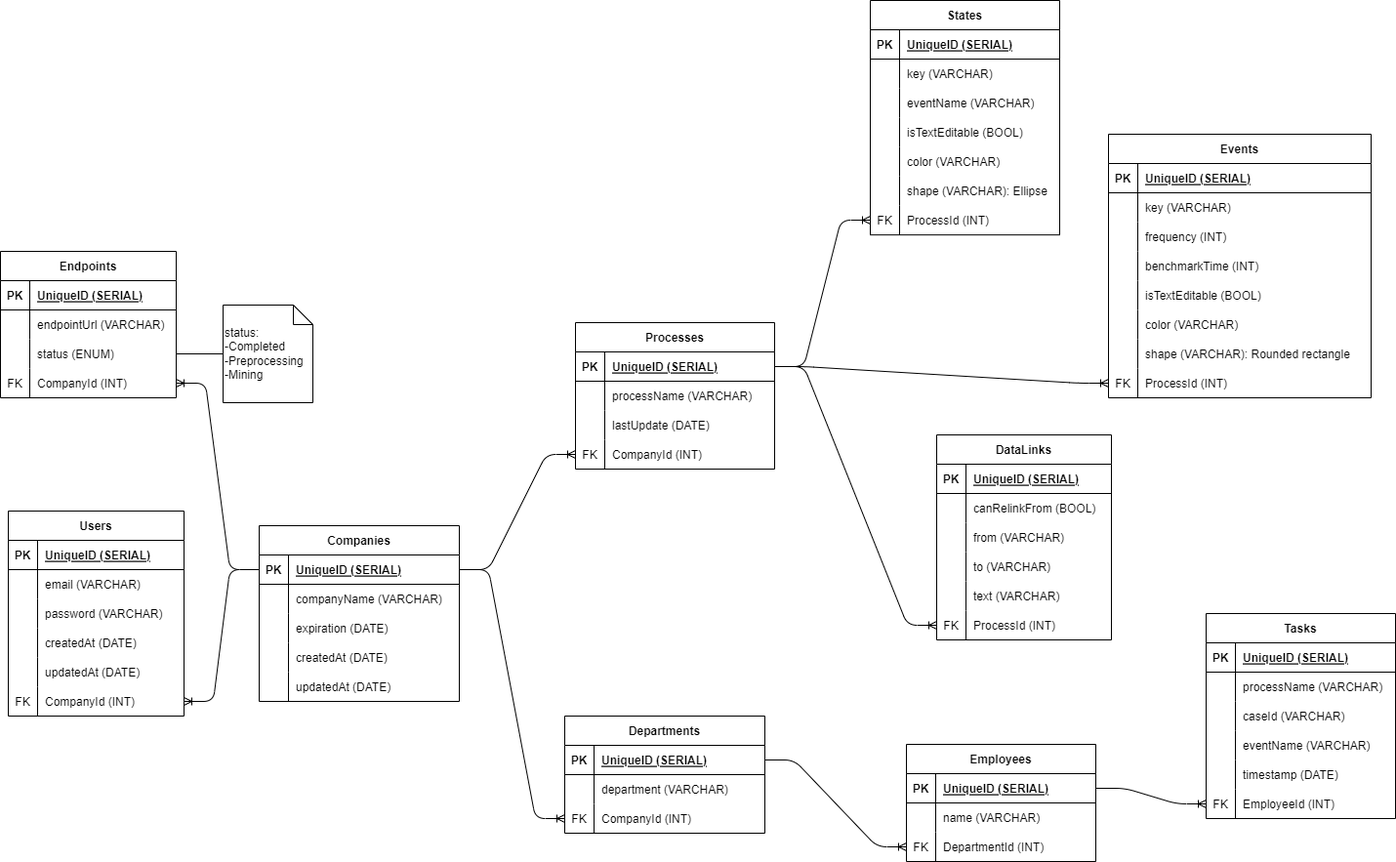
Earlier version of the draw.io export docs/ERD.drawio.png (Alexwilliam112/synapse). Source tidied: cells renumbered, new cells last; positions are measured from the earlier drawing's top-left corner, leaving out a move shared by most shapes.
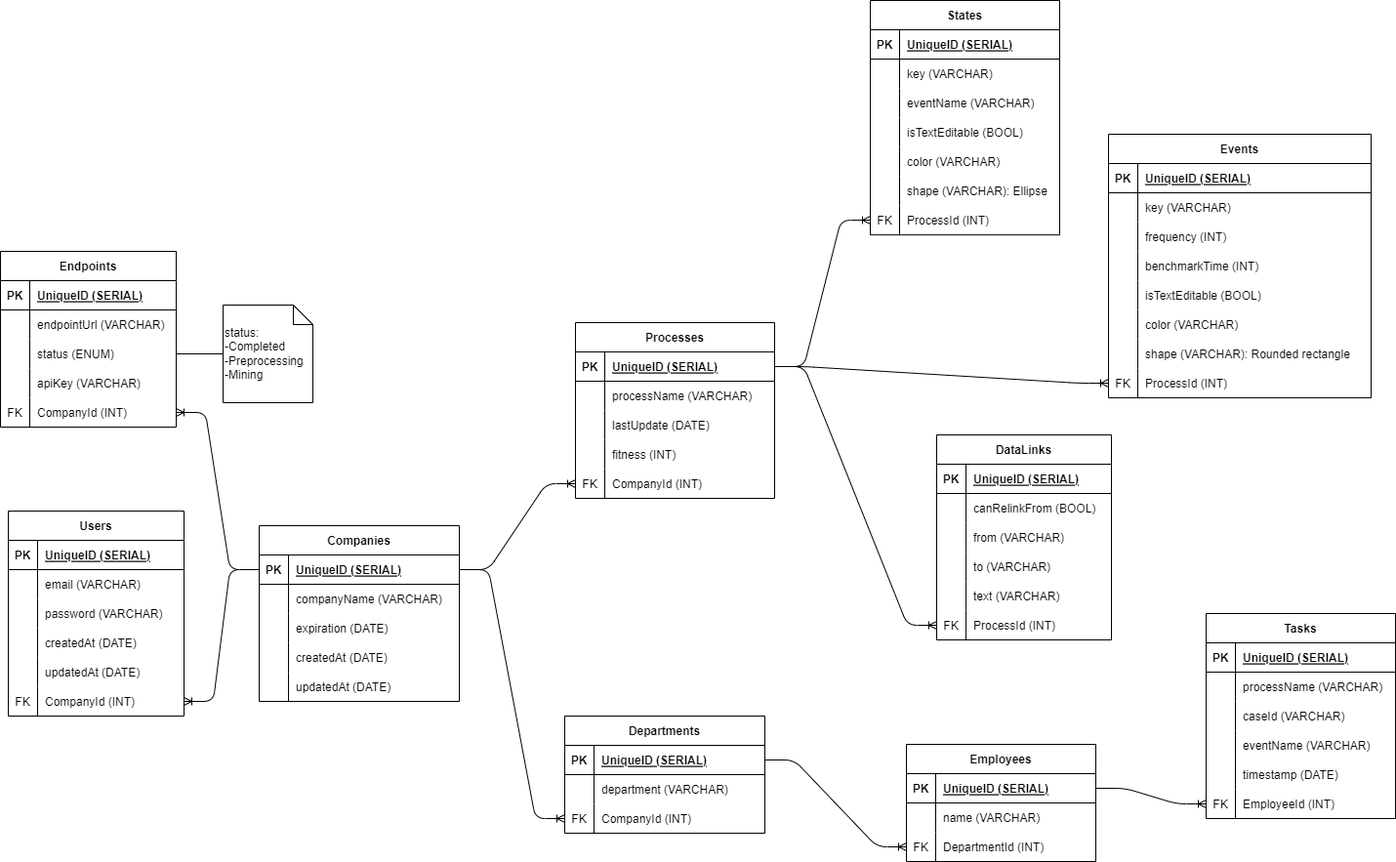
After the change.

Diff of the diagram source:
```diff
@@ -111,7 +111,7 @@
       <mxGeometry relative="1" as="geometry" />
     </mxCell>
     <mxCell id="38" value="Processes" style="shape=table;startSize=30;rowLines=0;fontStyle=1;align=center;" parent="1" vertex="1">
-      <mxGeometry x="589" y="330" width="204" height="150" as="geometry" />
+      <mxGeometry x="589" y="330" width="204" height="180" as="geometry" />
     </mxCell>
     <mxCell id="39" style="shape=tableRow;horizontal=0;startSize=0;swimlaneHead=0;swimlaneBody=0;fillColor=none;points=[[0,0.5],[1,0.5]];portConstraint=eastwest;top=0;left=0;right=0;bottom=1;" parent="38" vertex="1">
       <mxGeometry y="30" width="204" height="30" as="geometry" />
@@ -140,8 +140,17 @@
     <mxCell id="47" value="lastUpdate (DATE)" style="shape=partialRectangle;fillColor=none;top=0;left=0;bottom=0;right=0;align=left;spacingLeft=6;overflow=hidden;" parent="45" vertex="1">
       <mxGeometry x="30" width="174" height="30" as="geometry" />
     </mxCell>
+    <mxCell id="179" style="shape=tableRow;horizontal=0;startSize=0;swimlaneHead=0;swimlaneBody=0;fillColor=none;top=0;left=0;right=0;bottom=0;" parent="38" vertex="1">
+      <mxGeometry y="120" width="204" height="30" as="geometry" />
+    </mxCell>
+    <mxCell id="180" style="shape=partialRectangle;fillColor=none;top=0;left=0;bottom=0;right=0;overflow=hidden;" parent="179" vertex="1">
+      <mxGeometry width="30" height="30" as="geometry" />
+    </mxCell>
+    <mxCell id="181" value="fitness (INT)" style="shape=partialRectangle;fillColor=none;top=0;left=0;bottom=0;right=0;align=left;spacingLeft=6;overflow=hidden;" parent="179" vertex="1">
+      <mxGeometry x="30" width="174" height="30" as="geometry" />
+    </mxCell>
     <mxCell id="48" style="shape=tableRow;horizontal=0;startSize=0;swimlaneHead=0;swimlaneBody=0;fillColor=none;points=[[0,0.5],[1,0.5]];portConstraint=eastwest;top=0;left=0;right=0;bottom=0;" parent="38" vertex="1">
-      <mxGeometry y="120" width="204" height="30" as="geometry" />
+      <mxGeometry y="150" width="204" height="30" as="geometry" />
     </mxCell>
     <mxCell id="49" value="FK" style="shape=partialRectangle;fillColor=none;top=0;left=0;bottom=0;right=0;overflow=hidden;" parent="48" vertex="1">
       <mxGeometry width="30" height="30" as="geometry" />
@@ -387,7 +396,7 @@
       <mxGeometry x="30" width="164" height="30" as="geometry" />
     </mxCell>
     <mxCell id="130" value="Endpoints" style="shape=table;startSize=30;rowLines=0;fontStyle=1;align=center;" parent="1" vertex="1">
-      <mxGeometry y="257" width="180" height="150" as="geometry" />
+      <mxGeometry y="257" width="180" height="180" as="geometry" />
     </mxCell>
     <mxCell id="131" style="shape=tableRow;horizontal=0;startSize=0;swimlaneHead=0;swimlaneBody=0;fillColor=none;top=0;left=0;right=0;bottom=1;" parent="130" vertex="1">
       <mxGeometry y="30" width="180" height="30" as="geometry" />
@@ -416,8 +425,17 @@
     <mxCell id="139" value="status (ENUM)" style="shape=partialRectangle;fillColor=none;top=0;left=0;bottom=0;right=0;align=left;spacingLeft=6;overflow=hidden;" parent="137" vertex="1">
       <mxGeometry x="30" width="150" height="30" as="geometry" />
     </mxCell>
+    <mxCell id="182" style="shape=tableRow;horizontal=0;startSize=0;swimlaneHead=0;swimlaneBody=0;fillColor=none;top=0;left=0;right=0;bottom=0;" parent="130" vertex="1">
+      <mxGeometry y="120" width="180" height="30" as="geometry" />
+    </mxCell>
+    <mxCell id="183" style="shape=partialRectangle;fillColor=none;top=0;left=0;bottom=0;right=0;overflow=hidden;" parent="182" vertex="1">
+      <mxGeometry width="30" height="30" as="geometry" />
+    </mxCell>
+    <mxCell id="184" value="apiKey (VARCHAR)" style="shape=partialRectangle;fillColor=none;top=0;left=0;bottom=0;right=0;align=left;spacingLeft=6;overflow=hidden;" parent="182" vertex="1">
+      <mxGeometry x="30" width="150" height="30" as="geometry" />
+    </mxCell>
     <mxCell id="140" style="shape=tableRow;horizontal=0;startSize=0;swimlaneHead=0;swimlaneBody=0;fillColor=none;points=[[0,0.5],[1,0.5]];portConstraint=eastwest;top=0;left=0;right=0;bottom=0;" parent="130" vertex="1">
-      <mxGeometry y="120" width="180" height="30" as="geometry" />
+      <mxGeometry y="150" width="180" height="30" as="geometry" />
     </mxCell>
     <mxCell id="141" value="FK" style="shape=partialRectangle;fillColor=none;top=0;left=0;bottom=0;right=0;overflow=hidden;" parent="140" vertex="1">
       <mxGeometry width="30" height="30" as="geometry" />
```
